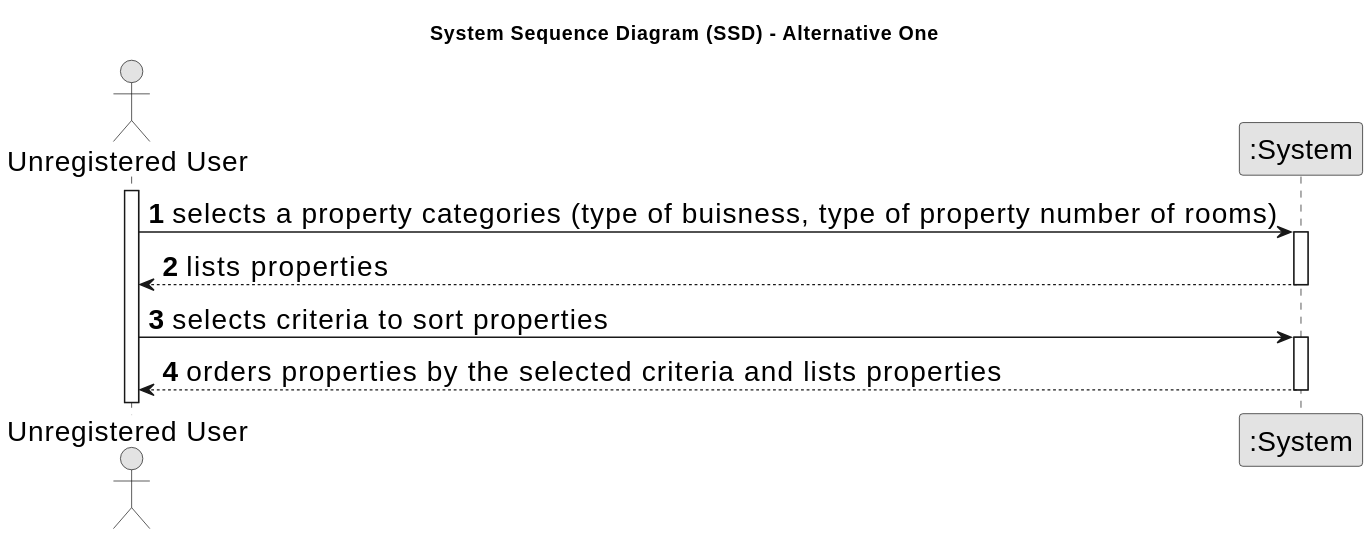
Earlier version of the PlantUML export docs/sprintA/us001/01.requirements-engineering/svg/us001-system-sequence-diagram-alternative-one.svg (Goncalves2525/real-estate-management-system).
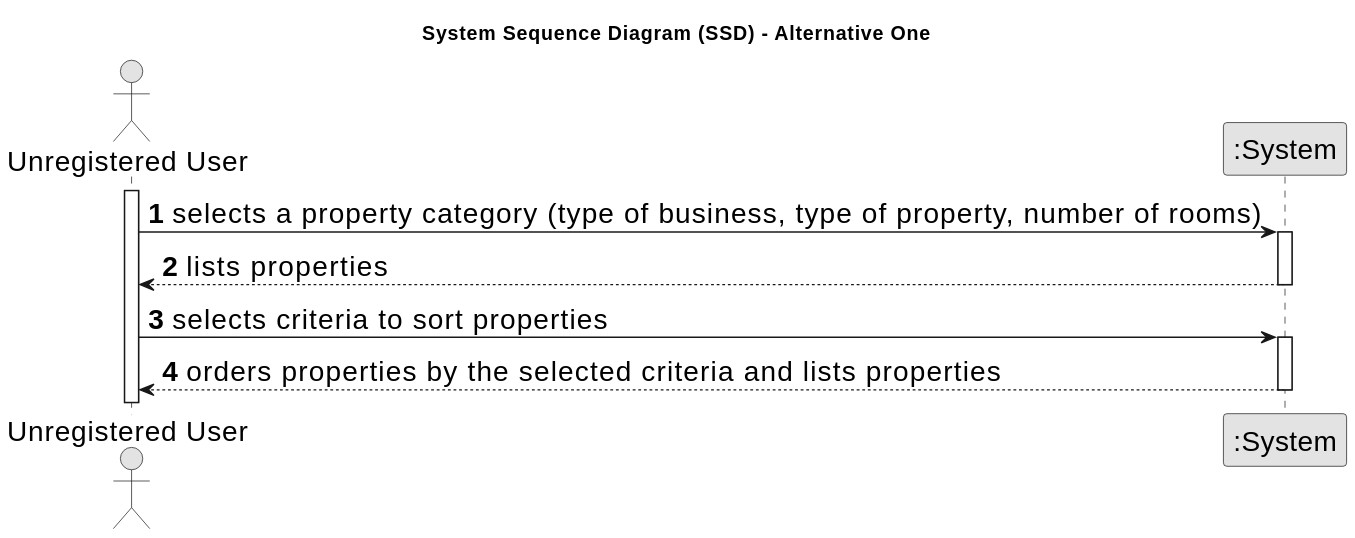
The same file after the commit.

Change to the diagram source:
```diff
@@ -13,7 +13,7 @@
 
 activate User
 
-    User -> System : selects a property categories (type of buisness, type of property number of rooms)
+    User -> System : selects a property category (type of business, type of property, number of rooms)
     activate System
 
         System --> User : lists properties
```
